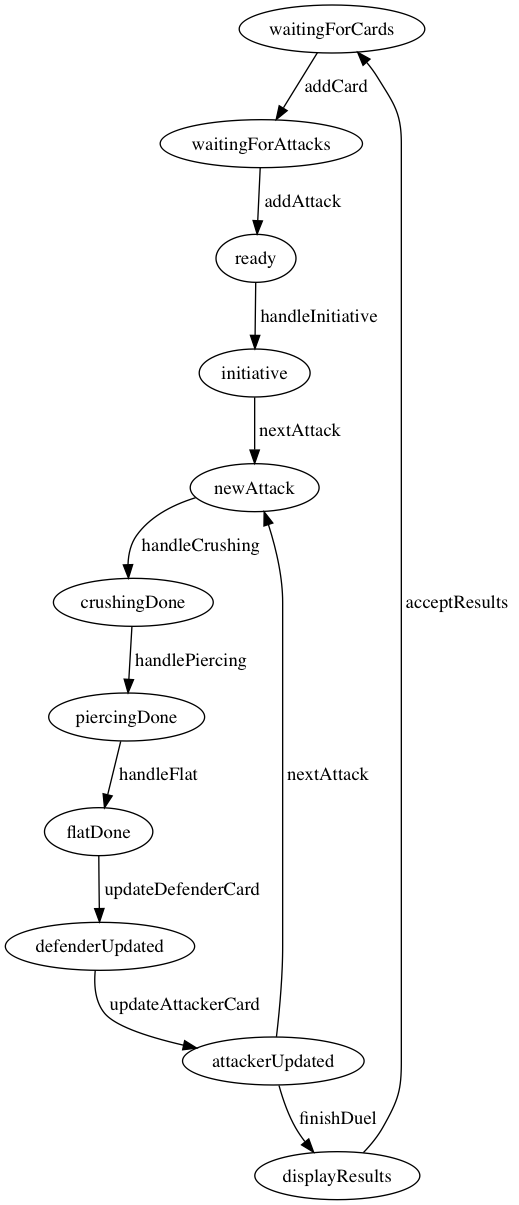
This is StateMachineDiagrams/Duel.png from Bozo-Games/Squad-Duel-Server, a Graphviz export, as it was before one commit. Its source is kept beside it as StateMachineDiagrams/dotFiles/Duel.dot.
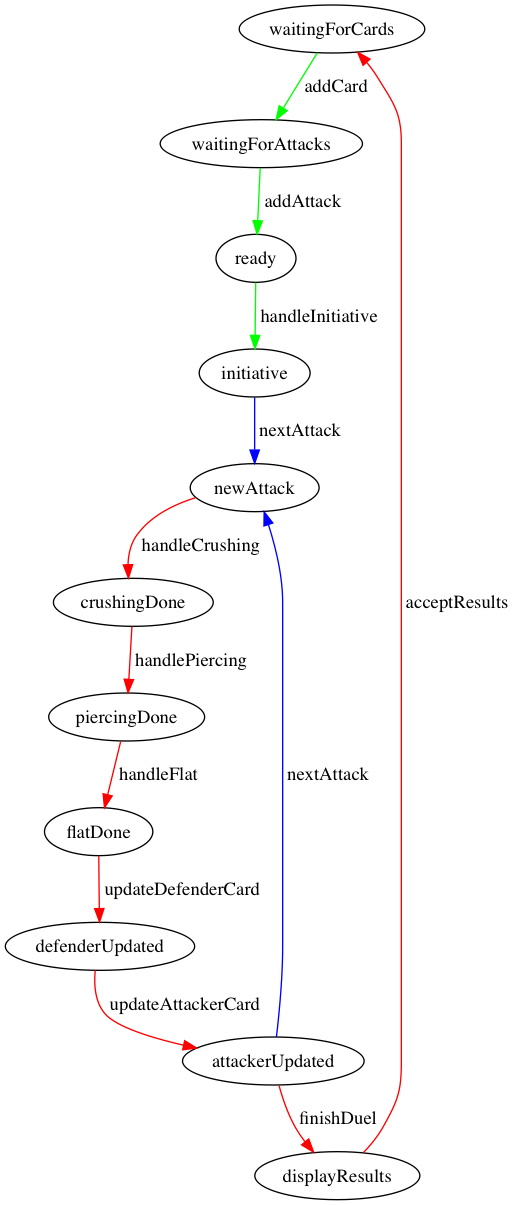
Above is the later version.

The edit, as a diff of the source:
```diff
@@ -10,16 +10,16 @@
   "flatDone";
   "defenderUpdated";
   "displayResults";
-  "waitingForCards" -> "waitingForAttacks" [ label=" addCard " ];
-  "waitingForAttacks" -> "ready" [ label=" addAttack " ];
-  "ready" -> "initiative" [ label=" handleInitiative " ];
-  "initiative" -> "newAttack" [ label=" nextAttack " ];
-  "attackerUpdated" -> "newAttack" [ label=" nextAttack " ];
-  "newAttack" -> "crushingDone" [ label=" handleCrushing " ];
-  "crushingDone" -> "piercingDone" [ label=" handlePiercing " ];
-  "piercingDone" -> "flatDone" [ label=" handleFlat " ];
-  "flatDone" -> "defenderUpdated" [ label=" updateDefenderCard " ];
-  "defenderUpdated" -> "attackerUpdated" [ label=" updateAttackerCard " ];
-  "attackerUpdated" -> "displayResults" [ label=" finishDuel " ];
-  "displayResults" -> "waitingForCards" [ label=" acceptResults " ];
+  "waitingForCards" -> "waitingForAttacks" [ color="green" ; label=" addCard " ];
+  "waitingForAttacks" -> "ready" [ color="green" ; label=" addAttack " ];
+  "ready" -> "initiative" [ color="green" ; label=" handleInitiative " ];
+  "initiative" -> "newAttack" [ color="blue" ; label=" nextAttack " ];
+  "attackerUpdated" -> "newAttack" [ color="blue" ; label=" nextAttack " ];
+  "newAttack" -> "crushingDone" [ color="red" ; label=" handleCrushing " ];
+  "crushingDone" -> "piercingDone" [ color="red" ; label=" handlePiercing " ];
+  "piercingDone" -> "flatDone" [ color="red" ; label=" handleFlat " ];
+  "flatDone" -> "defenderUpdated" [ color="red" ; label=" updateDefenderCard " ];
+  "defenderUpdated" -> "attackerUpdated" [ color="red" ; label=" updateAttackerCard " ];
+  "attackerUpdated" -> "displayResults" [ color="red" ; label=" finishDuel " ];
+  "displayResults" -> "waitingForCards" [ color="red" ; label=" acceptResults " ];
 }
```
